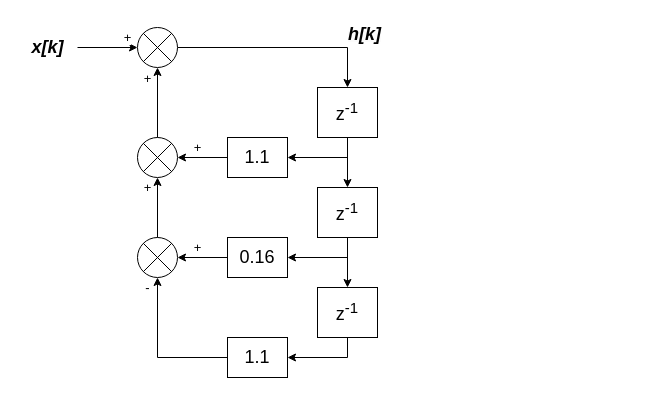
mmuurraatt/My-Projects-On-Github keeps this draw.io diagram as ele430_minimalRealization.drawio. Above is the earlier version. Source tidied: cells renumbered, new cells numbered last; positions are measured from the earlier drawing's top-left corner, leaving out a move shared by most shapes. Both pictures are drawn from the tidied source at 100%, with x=0, y=0 at pixel (17, 17).
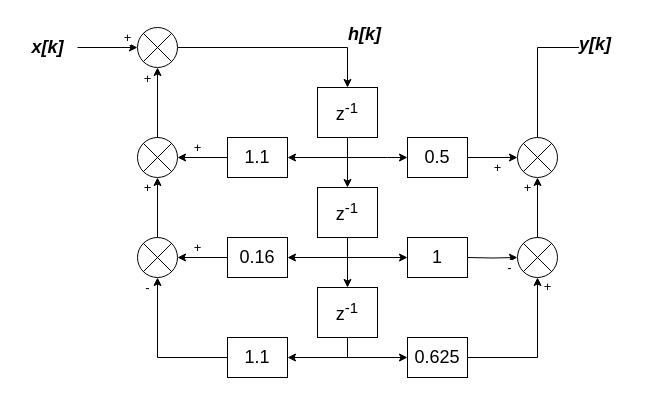
Above is the later version.

The change refers to these unchanged cells:
```xml
<mxCell id="12" value="&lt;font style=&quot;font-size: 18px;&quot;&gt;z&lt;sup&gt;-1&lt;/sup&gt;&lt;/font&gt;" style="rounded=0;whiteSpace=wrap;html=1;" parent="1" vertex="1">
  <mxGeometry x="300" y="170" width="60" height="50" as="geometry" />
</mxCell>
<mxCell id="14" value="&lt;font style=&quot;font-size: 18px;&quot;&gt;z&lt;sup&gt;-1&lt;/sup&gt;&lt;/font&gt;" style="rounded=0;whiteSpace=wrap;html=1;" parent="1" vertex="1">
  <mxGeometry x="300" y="270" width="60" height="50" as="geometry" />
</mxCell>
```

Change to the diagram source:
```diff
@@
+    <mxCell id="25" style="edgeStyle=orthogonalEdgeStyle;rounded=0;jettySize=auto;html=1;entryX=0;entryY=0.5;entryDx=0;entryDy=0;" parent="1" edge="1" target="28">
+      <mxGeometry relative="1" as="geometry">
+        <mxPoint x="330" y="140" as="sourcePoint" />
+        <Array as="points">
+          <mxPoint x="370" y="140" />
+          <mxPoint x="370" y="140" />
+        </Array>
+      </mxGeometry>
+    </mxCell>
@@
+    <mxCell id="26" style="edgeStyle=orthogonalEdgeStyle;rounded=0;jettySize=auto;html=1;entryX=0;entryY=0.5;entryDx=0;entryDy=0;exitX=0.5;exitY=1;exitDx=0;exitDy=0;" parent="1" edge="1" source="12" target="29">
+      <mxGeometry relative="1" as="geometry" />
+    </mxCell>
@@
+    <mxCell id="27" style="edgeStyle=orthogonalEdgeStyle;rounded=0;jettySize=auto;html=1;exitX=0.5;exitY=1;exitDx=0;exitDy=0;" parent="1" edge="1" source="14" target="30">
+      <mxGeometry relative="1" as="geometry" />
+    </mxCell>
@@
+    <mxCell id="28" value="&lt;span style=&quot;font-size: 18px;&quot;&gt;0.5&lt;/span&gt;" style="rounded=0;whiteSpace=wrap;html=1;" parent="1" vertex="1">
+      <mxGeometry x="390" y="120" width="60" height="40" as="geometry" />
+    </mxCell>
+    <mxCell id="29" value="&lt;span style=&quot;font-size: 18px;&quot;&gt;1&lt;/span&gt;" style="rounded=0;whiteSpace=wrap;html=1;" parent="1" vertex="1">
+      <mxGeometry x="390" y="220" width="60" height="40" as="geometry" />
+    </mxCell>
+    <mxCell id="30" value="&lt;span style=&quot;font-size: 18px;&quot;&gt;0.625&lt;/span&gt;" style="rounded=0;whiteSpace=wrap;html=1;" parent="1" vertex="1">
+      <mxGeometry x="390" y="320" width="60" height="40" as="geometry" />
+    </mxCell>
+    <mxCell id="31" style="edgeStyle=orthogonalEdgeStyle;rounded=0;jettySize=auto;html=1;entryX=0;entryY=0.5;entryDx=0;entryDy=0;exitX=0.5;exitY=0;exitDx=0;exitDy=0;exitPerimeter=0;" parent="1" edge="1" source="32">
+      <mxGeometry relative="1" as="geometry">
+        <mxPoint x="570" y="30" as="targetPoint" />
+        <Array as="points">
+          <mxPoint x="520" y="30" />
+          <mxPoint x="570" y="30" />
+        </Array>
+      </mxGeometry>
+    </mxCell>
+    <mxCell id="32" style="verticalLabelPosition=bottom;verticalAlign=top;html=1;shape=mxgraph.flowchart.or;" parent="1" vertex="1">
+      <mxGeometry x="500" y="120" width="40" height="40" as="geometry" />
+    </mxCell>
+    <mxCell id="33" style="verticalLabelPosition=bottom;verticalAlign=top;html=1;shape=mxgraph.flowchart.or;" parent="1" vertex="1">
+      <mxGeometry x="500" y="220" width="40" height="40" as="geometry" />
+    </mxCell>
+    <mxCell id="34" value="+" style="edgeStyle=orthogonalEdgeStyle;rounded=0;jettySize=auto;html=1;labelPosition=center;verticalLabelPosition=middle;align=center;verticalAlign=middle;horizontal=1;entryX=0.5;entryY=1;entryDx=0;entryDy=0;entryPerimeter=0;fontSize=13;" parent="1" edge="1" source="33" target="32">
+      <mxGeometry x="0.68" y="10" relative="1" as="geometry" />
+    </mxCell>
+    <mxCell id="35" value="+" style="edgeStyle=orthogonalEdgeStyle;rounded=0;jettySize=auto;html=1;labelPosition=center;verticalLabelPosition=middle;align=center;verticalAlign=middle;horizontal=1;entryX=0;entryY=0.5;entryDx=0;entryDy=0;entryPerimeter=0;exitX=1;exitY=0.5;exitDx=0;exitDy=0;fontSize=13;" parent="1" edge="1" source="28" target="32">
+      <mxGeometry x="0.2" y="-10" relative="1" as="geometry" />
+    </mxCell>
+    <mxCell id="36" value="-" style="edgeStyle=orthogonalEdgeStyle;rounded=0;jettySize=auto;html=1;labelPosition=center;verticalLabelPosition=middle;align=center;verticalAlign=middle;horizontal=1;exitX=1;exitY=0.5;exitDx=0;exitDy=0;fontSize=13;entryX=0;entryY=0.5;entryDx=0;entryDy=0;entryPerimeter=0;" parent="1" edge="1" target="33">
+      <mxGeometry x="0.71" y="-10" relative="1" as="geometry">
+        <mxPoint x="450" y="240" as="sourcePoint" />
+      </mxGeometry>
+    </mxCell>
+    <mxCell id="37" value="+" style="edgeStyle=orthogonalEdgeStyle;rounded=0;jettySize=auto;html=1;labelPosition=center;verticalLabelPosition=middle;align=center;verticalAlign=middle;horizontal=1;entryX=0.5;entryY=1;entryDx=0;entryDy=0;entryPerimeter=0;exitX=1;exitY=0.5;exitDx=0;exitDy=0;fontSize=13;" parent="1" edge="1" source="30" target="33">
+      <mxGeometry x="0.88" y="-10" relative="1" as="geometry" />
+    </mxCell>
+    <mxCell id="38" value="&lt;b style=&quot;border-color: var(--border-color); color: rgb(0, 0, 0); font-family: Helvetica; font-size: x-small; font-style: normal; font-variant-ligatures: normal; font-variant-caps: normal; letter-spacing: normal; orphans: 2; text-align: center; text-indent: 0px; text-transform: none; widows: 2; word-spacing: 0px; -webkit-text-stroke-width: 0px; background-color: rgb(251, 251, 251); text-decoration-thickness: initial; text-decoration-style: initial; text-decoration-color: initial;&quot;&gt;&lt;i style=&quot;border-color: var(--border-color); font-size: 18px;&quot;&gt;y[k]&lt;/i&gt;&lt;/b&gt;" style="text;whiteSpace=wrap;html=1;" parent="1" vertex="1">
+      <mxGeometry x="560" y="10" width="70" height="40" as="geometry" />
+    </mxCell>
```
